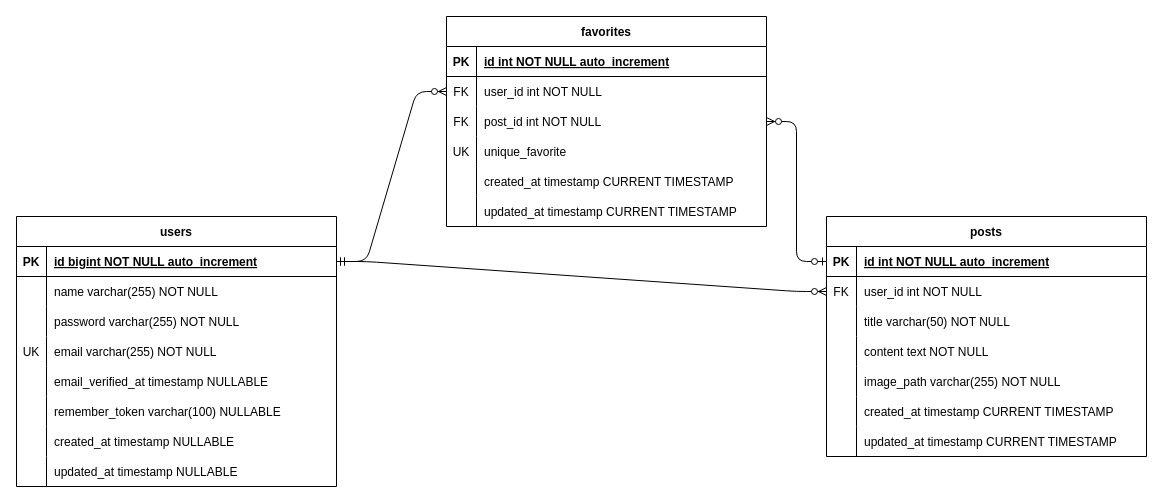
Before: pf.drawio in frontend-sou/portfolio, a draw.io diagram. Source tidied: cells renumbered, new cells numbered last; positions are measured from the earlier drawing's top-left corner, leaving out a move shared by most shapes. Both pictures are drawn from the tidied source at 100%, with x=0, y=0 at pixel (16, 16).
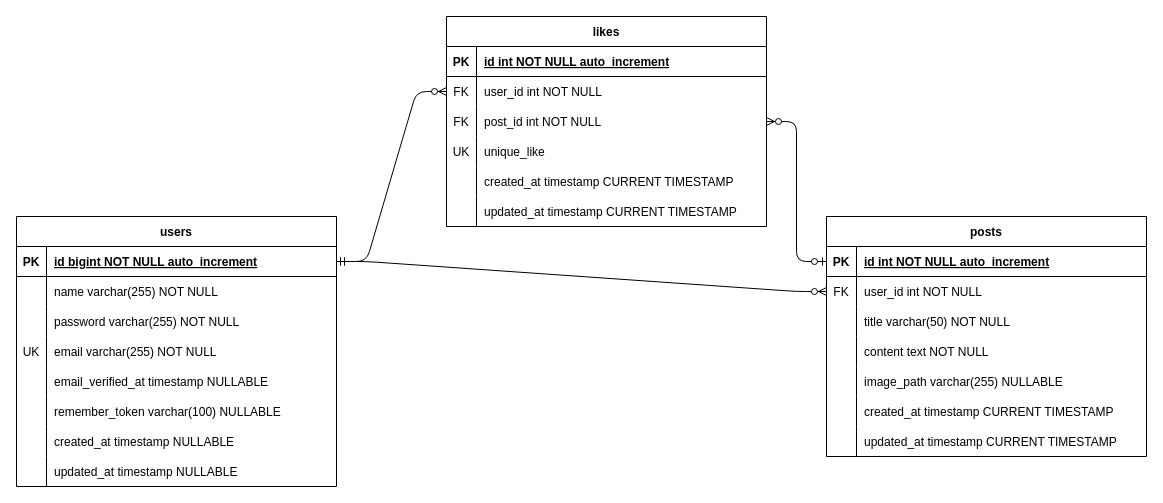
After the change.

The change refers to these unchanged cells:
```xml
<mxCell id="40" style="shape=tableRow;horizontal=0;startSize=0;swimlaneHead=0;swimlaneBody=0;fillColor=none;top=0;left=0;right=0;bottom=0;" parent="27" vertex="1">
  <mxGeometry y="150" width="320" height="30" as="geometry" />
</mxCell>
<mxCell id="59" style="shape=tableRow;horizontal=0;startSize=0;swimlaneHead=0;swimlaneBody=0;fillColor=none;top=0;left=0;right=0;bottom=0;" parent="49" vertex="1">
  <mxGeometry y="120" width="320" height="30" as="geometry" />
</mxCell>
```

Diff of the diagram source:
```diff
@@
-    <mxCell id="42" value="image_path varchar(255) NOT NULL" style="shape=partialRectangle;fillColor=none;top=0;left=0;bottom=0;right=0;align=left;spacingLeft=6;overflow=hidden;" parent="40" vertex="1">
+    <mxCell id="42" value="image_path varchar(255) NULLABLE" style="shape=partialRectangle;fillColor=none;top=0;left=0;bottom=0;right=0;align=left;spacingLeft=6;overflow=hidden;" parent="40" vertex="1">
       <mxGeometry x="30" width="290" height="30" as="geometry" />
     </mxCell>
@@
-    <mxCell id="49" value="favorites" style="shape=table;startSize=30;childLayout=tableLayout;rowLines=0;fontStyle=1;align=center;" parent="1" vertex="1">
+    <mxCell id="49" value="likes" style="shape=table;startSize=30;childLayout=tableLayout;rowLines=0;fontStyle=1;align=center;" parent="1" vertex="1">
       <mxGeometry x="430" width="320" height="210" as="geometry" />
     </mxCell>
@@
-    <mxCell id="61" value="unique_favorite " style="shape=partialRectangle;fillColor=none;top=0;left=0;bottom=0;right=0;align=left;spacingLeft=6;overflow=hidden;" parent="59" vertex="1">
+    <mxCell id="61" value="unique_like" style="shape=partialRectangle;fillColor=none;top=0;left=0;bottom=0;right=0;align=left;spacingLeft=6;overflow=hidden;" parent="59" vertex="1">
       <mxGeometry x="30" width="290" height="30" as="geometry" />
     </mxCell>
```
